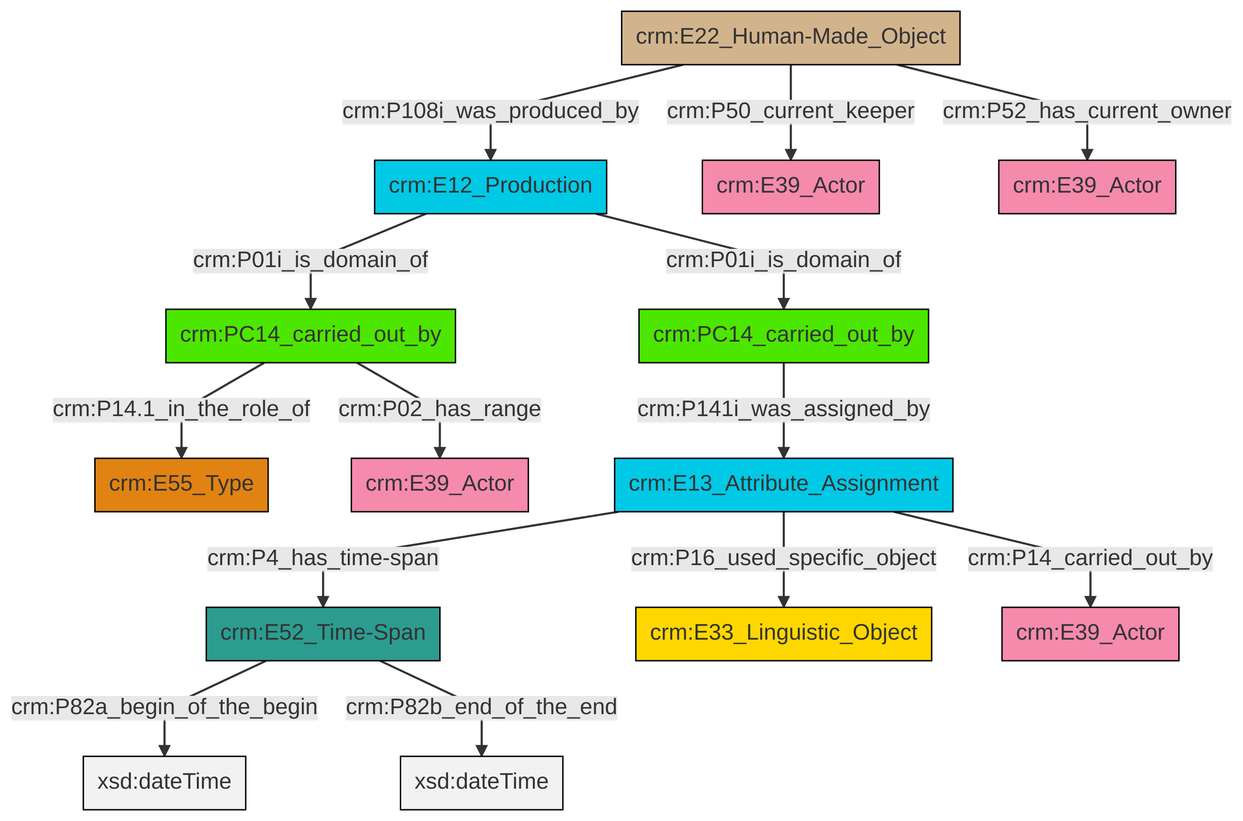
Above: et/carrierCSV/ttl/mmd/png/carrier_relations.png in swiss-art-research-net/docs.swissartresearch (Mermaid), before the change. Its source is kept beside it as et/carrierCSV/ttl/mmd/carrier_relations.ttl.mmd.
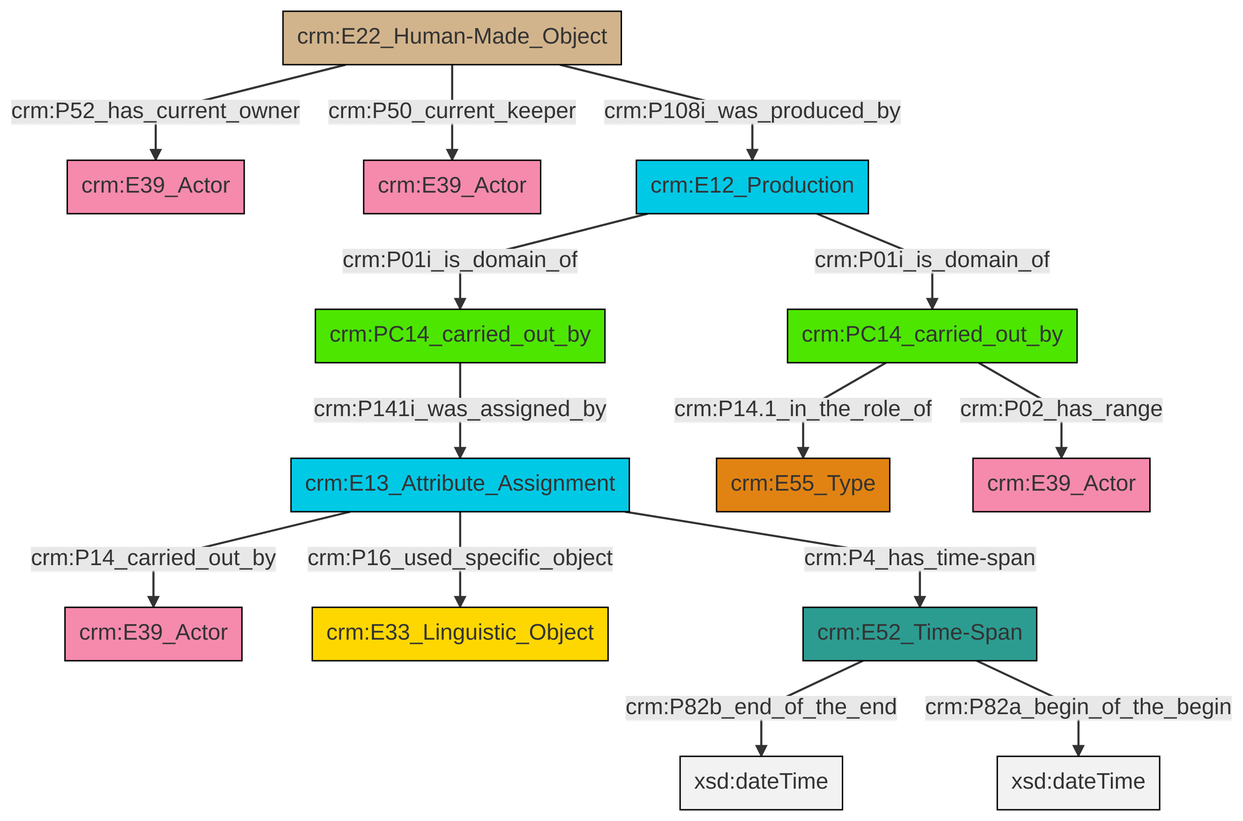
The same diagram one commit later.

The edit, as a diff of the source:
```diff
@@ -13,16 +13,16 @@
 classDef PC_Classes fill:#4ce600, stroke:#000000;
 classDef Multi fill:#cccccc,stroke:#000000;
 
-4["crm:E12_Production"]:::Temporal_Entity -->|crm:P01i_is_domain_of| 5["crm:PC14_carried_out_by"]:::PC_Classes
-5["crm:PC14_carried_out_by"]:::PC_Classes -->|crm:P141i_was_assigned_by| 6["crm:E13_Attribute_Assignment"]:::Temporal_Entity
-9["crm:E52_Time-Span"]:::Time-Span -->|crm:P82a_begin_of_the_begin| 10[xsd:dateTime]:::Literal
-6["crm:E13_Attribute_Assignment"]:::Temporal_Entity -->|crm:P4_has_time-span| 9["crm:E52_Time-Span"]:::Time-Span
-12["crm:E22_Human-Made_Object"]:::Physical_Thing -->|crm:P108i_was_produced_by| 4["crm:E12_Production"]:::Temporal_Entity
-6["crm:E13_Attribute_Assignment"]:::Temporal_Entity -->|crm:P16_used_specific_object| 13["crm:E33_Linguistic_Object"]:::Conceptual_Object
-9["crm:E52_Time-Span"]:::Time-Span -->|crm:P82b_end_of_the_end| 14[xsd:dateTime]:::Literal
-12["crm:E22_Human-Made_Object"]:::Physical_Thing -->|crm:P50_current_keeper| 16["crm:E39_Actor"]:::Actor
-17["crm:PC14_carried_out_by"]:::PC_Classes -->|crm:P02_has_range| 2["crm:E39_Actor"]:::Actor
-17["crm:PC14_carried_out_by"]:::PC_Classes -->|crm:P14.1_in_the_role_of| 0["crm:E55_Type"]:::Type
-6["crm:E13_Attribute_Assignment"]:::Temporal_Entity -->|crm:P14_carried_out_by| 20["crm:E39_Actor"]:::Actor
-12["crm:E22_Human-Made_Object"]:::Physical_Thing -->|crm:P52_has_current_owner| 21["crm:E39_Actor"]:::Actor
-4["crm:E12_Production"]:::Temporal_Entity -->|crm:P01i_is_domain_of| 17["crm:PC14_carried_out_by"]:::PC_Classes
+2["crm:E22_Human-Made_Object"]:::Physical_Thing -->|crm:P52_has_current_owner| 3["crm:E39_Actor"]:::Actor
+4["crm:E13_Attribute_Assignment"]:::Temporal_Entity -->|crm:P14_carried_out_by| 5["crm:E39_Actor"]:::Actor
+4["crm:E13_Attribute_Assignment"]:::Temporal_Entity -->|crm:P16_used_specific_object| 8["crm:E33_Linguistic_Object"]:::Conceptual_Object
+2["crm:E22_Human-Made_Object"]:::Physical_Thing -->|crm:P50_current_keeper| 9["crm:E39_Actor"]:::Actor
+10["crm:E52_Time-Span"]:::Time-Span -->|crm:P82b_end_of_the_end| 12[xsd:dateTime]:::Literal
+13["crm:PC14_carried_out_by"]:::PC_Classes -->|crm:P141i_was_assigned_by| 4["crm:E13_Attribute_Assignment"]:::Temporal_Entity
+19["crm:E12_Production"]:::Temporal_Entity -->|crm:P01i_is_domain_of| 13["crm:PC14_carried_out_by"]:::PC_Classes
+19["crm:E12_Production"]:::Temporal_Entity -->|crm:P01i_is_domain_of| 0["crm:PC14_carried_out_by"]:::PC_Classes
+2["crm:E22_Human-Made_Object"]:::Physical_Thing -->|crm:P108i_was_produced_by| 19["crm:E12_Production"]:::Temporal_Entity
+0["crm:PC14_carried_out_by"]:::PC_Classes -->|crm:P02_has_range| 21["crm:E39_Actor"]:::Actor
+10["crm:E52_Time-Span"]:::Time-Span -->|crm:P82a_begin_of_the_begin| 24[xsd:dateTime]:::Literal
+4["crm:E13_Attribute_Assignment"]:::Temporal_Entity -->|crm:P4_has_time-span| 10["crm:E52_Time-Span"]:::Time-Span
+0["crm:PC14_carried_out_by"]:::PC_Classes -->|crm:P14.1_in_the_role_of| 16["crm:E55_Type"]:::Type
```
